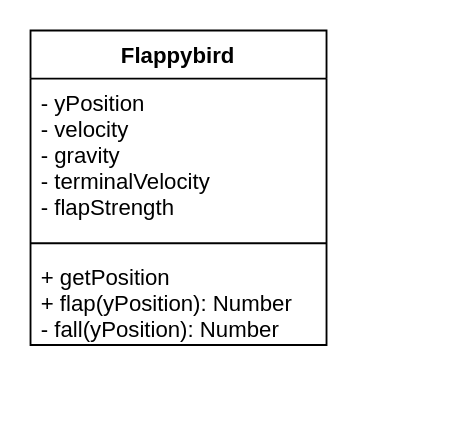
MTHS-ICS4U-1-2024/ICS4U-Final-Project-Yuri-and-Alex keeps this draw.io diagram as classdiagrams/flappyDiagram.drawio. Above is the earlier version. Source tidied: cells renumbered, new cells numbered last; positions are measured from the earlier drawing's top-left corner, leaving out a move shared by most shapes. Both pictures are drawn from the tidied source at 185%, with x=0, y=0 at pixel (30, 30).
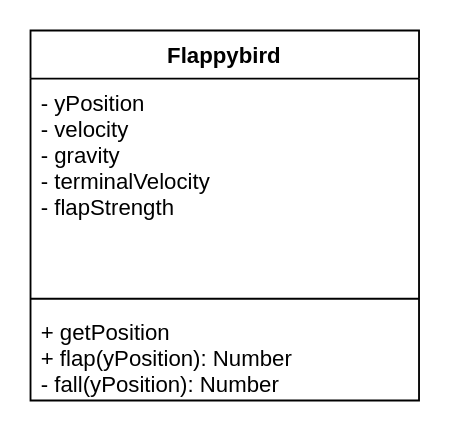
Above is the later version.

Commit message (it also covers changes not shown here):
flappy is now animated

Diff of the diagram source:
```diff
@@
 <mxGraphModel>
   <root>
     <mxCell id="0" />
     <mxCell id="1" parent="0" />
     <mxCell id="2" value="Flappybird" style="swimlane;fontStyle=1;align=center;verticalAlign=top;horizontal=1;startSize=26;" parent="1" vertex="1">
-      <mxGeometry width="160" height="170" as="geometry" />
+      <mxGeometry width="210" height="200" as="geometry" />
     </mxCell>
-    <mxCell id="3" value="- yPosition&#10;- velocity&#10;- gravity &#10;- terminalVelocity&#10;- flapStrength" style="text;strokeColor=none;fillColor=none;align=left;verticalAlign=top;spacingLeft=4;spacingRight=4;overflow=hidden;" parent="2" vertex="1">
-      <mxGeometry y="26" width="160" height="84" as="geometry" />
+    <mxCell id="3" value="- yPosition&#10;- velocity&#10;- gravity &#10;- terminalVelocity&#10;- flapStrength&#10;&#10;" style="text;strokeColor=none;fillColor=none;align=left;verticalAlign=top;spacingLeft=4;spacingRight=4;overflow=hidden;" parent="2" vertex="1">
+      <mxGeometry y="26" width="210" height="114" as="geometry" />
     </mxCell>
     <mxCell id="4" style="line;strokeWidth=1;fillColor=none;align=left;verticalAlign=middle;spacingTop=-1;spacingLeft=3;spacingRight=3;labelPosition=right;strokeColor=inherit;" parent="2" vertex="1">
-      <mxGeometry y="110" width="160" height="10" as="geometry" />
+      <mxGeometry y="140" width="210" height="10" as="geometry" />
     </mxCell>
     <mxCell id="5" value="+ getPosition&#10;+ flap(yPosition): Number &#10;- fall(yPosition): Number&#10;" style="text;strokeColor=none;fillColor=none;align=left;verticalAlign=top;spacingLeft=4;spacingRight=4;overflow=hidden;" parent="2" vertex="1">
-      <mxGeometry y="120" width="160" height="50" as="geometry" />
+      <mxGeometry y="150" width="210" height="50" as="geometry" />
     </mxCell>
   </root>
 </mxGraphModel>
```
